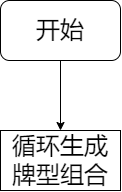
whitesweater/first_ keeps this draw.io diagram as Untitled Diagram.drawio.png. Above is the earlier version. Source tidied: cells renumbered, new cells last; positions are measured from the earlier drawing's top-left corner, leaving out a move shared by most shapes. Its diagram source:
```xml
<mxGraphModel>
  <root>
    <mxCell id="0" />
    <mxCell id="1" parent="0" />
    <mxCell id="2" value="&lt;font style=&quot;font-size: 24px&quot;&gt;开始&lt;/font&gt;" style="rounded=1;whiteSpace=wrap;html=1;" parent="1" vertex="1">
      <mxGeometry width="120" height="60" as="geometry" />
    </mxCell>
    <mxCell id="3" style="endArrow=classic;html=1;rounded=0;fontSize=24;exitX=0.5;exitY=1;exitDx=0;exitDy=0;" parent="1" edge="1" source="2">
      <mxGeometry relative="1" as="geometry">
        <mxPoint x="60" y="130" as="targetPoint" />
      </mxGeometry>
    </mxCell>
    <mxCell id="4" value="循环生成牌型组合" style="rounded=0;whiteSpace=wrap;html=1;fontSize=24;" parent="1" vertex="1">
      <mxGeometry y="130" width="120" height="60" as="geometry" />
    </mxCell>
  </root>
</mxGraphModel>
```
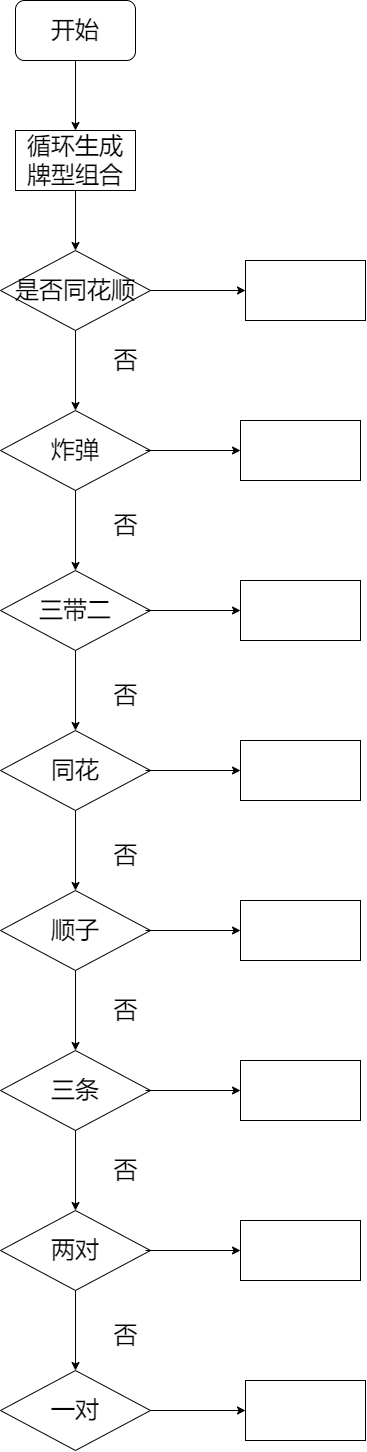
After the change.

Change to the diagram source:
```diff
@@ -13,5 +13,136 @@
     <mxCell id="4" value="循环生成牌型组合" style="rounded=0;whiteSpace=wrap;html=1;fontSize=24;" parent="1" vertex="1">
       <mxGeometry y="130" width="120" height="60" as="geometry" />
     </mxCell>
+    <mxCell id="5" style="endArrow=classic;html=1;rounded=0;fontSize=24;exitX=0.5;exitY=1;exitDx=0;exitDy=0;" parent="1" edge="1" source="4">
+      <mxGeometry relative="1" as="geometry">
+        <mxPoint x="60" y="250" as="targetPoint" />
+      </mxGeometry>
+    </mxCell>
+    <mxCell id="6" style="edgeStyle=orthogonalEdgeStyle;rounded=0;jettySize=auto;html=1;fontSize=24;" parent="1" edge="1" source="8" target="10">
+      <mxGeometry relative="1" as="geometry" />
+    </mxCell>
+    <mxCell id="7" style="edgeStyle=orthogonalEdgeStyle;rounded=0;jettySize=auto;html=1;fontSize=24;" parent="1" edge="1" source="8" target="30">
+      <mxGeometry relative="1" as="geometry" />
+    </mxCell>
+    <mxCell id="8" value="是否同花顺" style="rhombus;whiteSpace=wrap;html=1;fontSize=24;" parent="1" vertex="1">
+      <mxGeometry x="-15" y="250" width="150" height="80" as="geometry" />
+    </mxCell>
+    <mxCell id="9" style="edgeStyle=orthogonalEdgeStyle;rounded=0;jettySize=auto;html=1;fontSize=24;" parent="1" edge="1" source="10" target="12">
+      <mxGeometry relative="1" as="geometry" />
+    </mxCell>
+    <mxCell id="10" value="炸弹" style="rhombus;whiteSpace=wrap;html=1;fontSize=24;" parent="1" vertex="1">
+      <mxGeometry x="-15" y="410" width="150" height="80" as="geometry" />
+    </mxCell>
+    <mxCell id="11" style="edgeStyle=orthogonalEdgeStyle;rounded=0;jettySize=auto;html=1;fontSize=24;" parent="1" edge="1" source="12" target="14">
+      <mxGeometry relative="1" as="geometry" />
+    </mxCell>
+    <mxCell id="12" value="三带二" style="rhombus;whiteSpace=wrap;html=1;fontSize=24;" parent="1" vertex="1">
+      <mxGeometry x="-15" y="570" width="150" height="80" as="geometry" />
+    </mxCell>
+    <mxCell id="13" style="edgeStyle=orthogonalEdgeStyle;rounded=0;jettySize=auto;html=1;fontSize=24;" parent="1" edge="1" source="14" target="16">
+      <mxGeometry relative="1" as="geometry" />
+    </mxCell>
+    <mxCell id="14" value="同花" style="rhombus;whiteSpace=wrap;html=1;fontSize=24;" parent="1" vertex="1">
+      <mxGeometry x="-15" y="730" width="150" height="80" as="geometry" />
+    </mxCell>
+    <mxCell id="15" style="edgeStyle=orthogonalEdgeStyle;rounded=0;jettySize=auto;html=1;fontSize=24;" parent="1" edge="1" source="16" target="18">
+      <mxGeometry relative="1" as="geometry" />
+    </mxCell>
+    <mxCell id="16" value="顺子" style="rhombus;whiteSpace=wrap;html=1;fontSize=24;" parent="1" vertex="1">
+      <mxGeometry x="-15" y="890" width="150" height="80" as="geometry" />
+    </mxCell>
+    <mxCell id="17" style="edgeStyle=orthogonalEdgeStyle;rounded=0;jettySize=auto;html=1;fontSize=24;" parent="1" edge="1" source="18" target="20">
+      <mxGeometry relative="1" as="geometry" />
+    </mxCell>
+    <mxCell id="18" value="三条" style="rhombus;whiteSpace=wrap;html=1;fontSize=24;" parent="1" vertex="1">
+      <mxGeometry x="-15" y="1050" width="150" height="80" as="geometry" />
+    </mxCell>
+    <mxCell id="19" style="edgeStyle=orthogonalEdgeStyle;rounded=0;jettySize=auto;html=1;fontSize=24;" parent="1" edge="1" source="20" target="22">
+      <mxGeometry relative="1" as="geometry" />
+    </mxCell>
+    <mxCell id="20" value="两对" style="rhombus;whiteSpace=wrap;html=1;fontSize=24;" parent="1" vertex="1">
+      <mxGeometry x="-15" y="1210" width="150" height="80" as="geometry" />
+    </mxCell>
+    <mxCell id="21" style="edgeStyle=orthogonalEdgeStyle;rounded=0;jettySize=auto;html=1;fontSize=24;" parent="1" edge="1" source="22" target="43">
+      <mxGeometry relative="1" as="geometry" />
+    </mxCell>
+    <mxCell id="22" value="一对" style="rhombus;whiteSpace=wrap;html=1;fontSize=24;" parent="1" vertex="1">
+      <mxGeometry x="-15" y="1370" width="150" height="80" as="geometry" />
+    </mxCell>
+    <mxCell id="23" value="否" style="text;html=1;align=center;verticalAlign=middle;strokeColor=none;fillColor=none;fontSize=24;" parent="1" vertex="1">
+      <mxGeometry x="90" y="345" width="40" height="30" as="geometry" />
+    </mxCell>
+    <mxCell id="24" value="否" style="text;html=1;align=center;verticalAlign=middle;strokeColor=none;fillColor=none;fontSize=24;" parent="1" vertex="1">
+      <mxGeometry x="90" y="510" width="40" height="30" as="geometry" />
+    </mxCell>
+    <mxCell id="25" value="否" style="text;html=1;align=center;verticalAlign=middle;strokeColor=none;fillColor=none;fontSize=24;" parent="1" vertex="1">
+      <mxGeometry x="90" y="680" width="40" height="30" as="geometry" />
+    </mxCell>
+    <mxCell id="26" value="否" style="text;html=1;align=center;verticalAlign=middle;strokeColor=none;fillColor=none;fontSize=24;" parent="1" vertex="1">
+      <mxGeometry x="90" y="840" width="40" height="30" as="geometry" />
+    </mxCell>
+    <mxCell id="27" value="否" style="text;html=1;align=center;verticalAlign=middle;strokeColor=none;fillColor=none;fontSize=24;" parent="1" vertex="1">
+      <mxGeometry x="90" y="995" width="40" height="30" as="geometry" />
+    </mxCell>
+    <mxCell id="28" value="否" style="text;html=1;align=center;verticalAlign=middle;strokeColor=none;fillColor=none;fontSize=24;" parent="1" vertex="1">
+      <mxGeometry x="90" y="1155" width="40" height="30" as="geometry" />
+    </mxCell>
+    <mxCell id="29" value="否" style="text;html=1;align=center;verticalAlign=middle;strokeColor=none;fillColor=none;fontSize=24;" parent="1" vertex="1">
+      <mxGeometry x="90" y="1320" width="40" height="30" as="geometry" />
+    </mxCell>
+    <mxCell id="30" style="whiteSpace=wrap;html=1;fontSize=24;" parent="1" vertex="1">
+      <mxGeometry x="230" y="260" width="120" height="60" as="geometry" />
+    </mxCell>
+    <mxCell id="31" style="edgeStyle=orthogonalEdgeStyle;rounded=0;jettySize=auto;html=1;fontSize=24;" parent="1" edge="1" target="32">
+      <mxGeometry relative="1" as="geometry">
+        <mxPoint x="130" y="450" as="sourcePoint" />
+      </mxGeometry>
+    </mxCell>
+    <mxCell id="32" style="whiteSpace=wrap;html=1;fontSize=24;" parent="1" vertex="1">
+      <mxGeometry x="225" y="420" width="120" height="60" as="geometry" />
+    </mxCell>
+    <mxCell id="33" style="edgeStyle=orthogonalEdgeStyle;rounded=0;jettySize=auto;html=1;fontSize=24;" parent="1" edge="1" target="34">
+      <mxGeometry relative="1" as="geometry">
+        <mxPoint x="130" y="610" as="sourcePoint" />
+      </mxGeometry>
+    </mxCell>
+    <mxCell id="34" style="whiteSpace=wrap;html=1;fontSize=24;" parent="1" vertex="1">
+      <mxGeometry x="225" y="580" width="120" height="60" as="geometry" />
+    </mxCell>
+    <mxCell id="35" style="edgeStyle=orthogonalEdgeStyle;rounded=0;jettySize=auto;html=1;fontSize=24;" parent="1" edge="1" target="36">
+      <mxGeometry relative="1" as="geometry">
+        <mxPoint x="130" y="770" as="sourcePoint" />
+      </mxGeometry>
+    </mxCell>
+    <mxCell id="36" style="whiteSpace=wrap;html=1;fontSize=24;" parent="1" vertex="1">
+      <mxGeometry x="225" y="740" width="120" height="60" as="geometry" />
+    </mxCell>
+    <mxCell id="37" style="edgeStyle=orthogonalEdgeStyle;rounded=0;jettySize=auto;html=1;fontSize=24;" parent="1" edge="1" target="38">
+      <mxGeometry relative="1" as="geometry">
+        <mxPoint x="130" y="930" as="sourcePoint" />
+      </mxGeometry>
+    </mxCell>
+    <mxCell id="38" style="whiteSpace=wrap;html=1;fontSize=24;" parent="1" vertex="1">
+      <mxGeometry x="225" y="900" width="120" height="60" as="geometry" />
+    </mxCell>
+    <mxCell id="39" style="edgeStyle=orthogonalEdgeStyle;rounded=0;jettySize=auto;html=1;fontSize=24;" parent="1" edge="1" target="40">
+      <mxGeometry relative="1" as="geometry">
+        <mxPoint x="130" y="1090" as="sourcePoint" />
+      </mxGeometry>
+    </mxCell>
+    <mxCell id="40" style="whiteSpace=wrap;html=1;fontSize=24;" parent="1" vertex="1">
+      <mxGeometry x="225" y="1060" width="120" height="60" as="geometry" />
+    </mxCell>
+    <mxCell id="41" style="edgeStyle=orthogonalEdgeStyle;rounded=0;jettySize=auto;html=1;fontSize=24;" parent="1" edge="1" target="42">
+      <mxGeometry relative="1" as="geometry">
+        <mxPoint x="130" y="1250" as="sourcePoint" />
+      </mxGeometry>
+    </mxCell>
+    <mxCell id="42" style="whiteSpace=wrap;html=1;fontSize=24;" parent="1" vertex="1">
+      <mxGeometry x="225" y="1220" width="120" height="60" as="geometry" />
+    </mxCell>
+    <mxCell id="43" style="whiteSpace=wrap;html=1;fontSize=24;" parent="1" vertex="1">
+      <mxGeometry x="230" y="1380" width="120" height="60" as="geometry" />
+    </mxCell>
   </root>
 </mxGraphModel>
```
